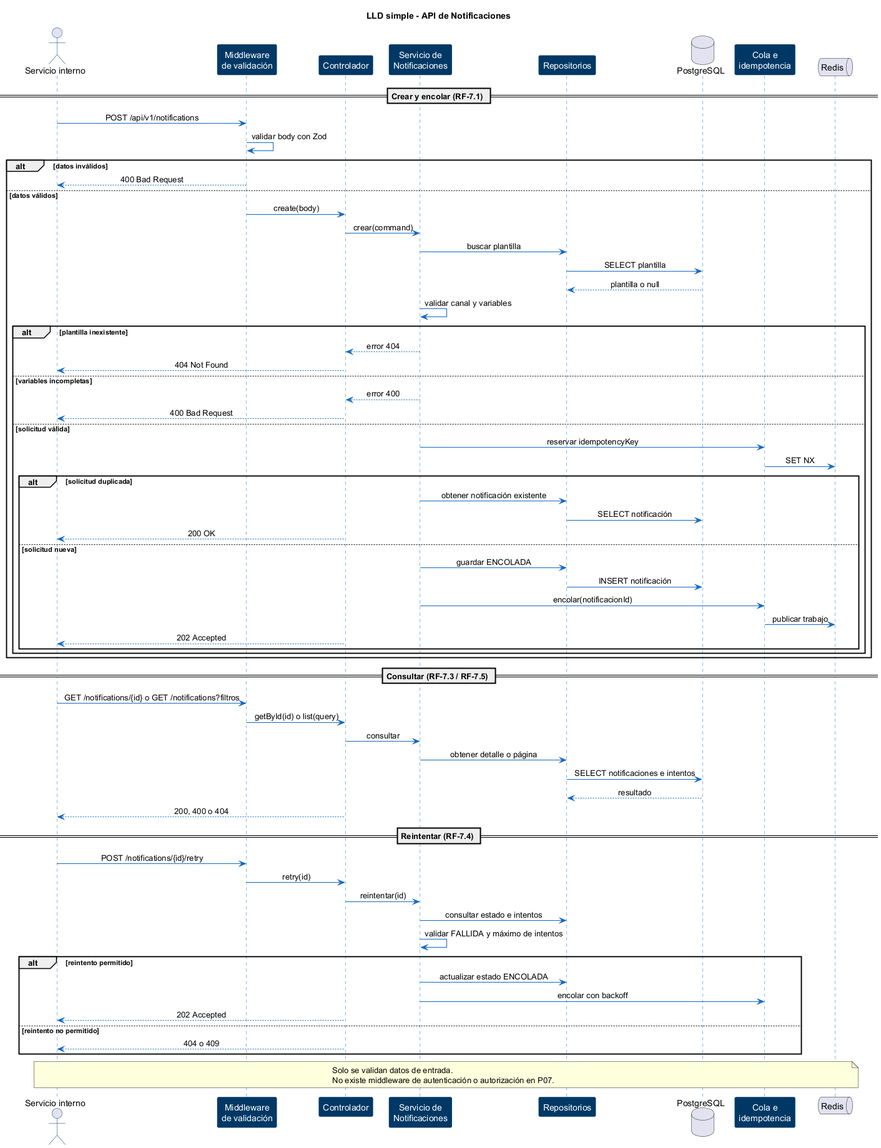
Frosmin/tigoBootcamp keeps this PlantUML diagram as notificaciones-architecture/diagrams/LLD/notificaciones/notificaciones-06-lld-notificaciones.png. Above is the earlier version. The source it was exported from:
```plantuml
@startuml notificaciones-06-lld-notificaciones
skinparam backgroundColor #FFFFFF
skinparam shadowing false
skinparam sequenceMessageAlign center
skinparam sequence {
    ArrowColor #1168BD
    LifeLineBorderColor #1168BD
    ParticipantBorderColor #003865
    ParticipantBackgroundColor #003865
    ParticipantFontColor #FFFFFF
    ActorBorderColor #003865
}

title LLD simple - API de Notificaciones

actor "Servicio interno" as emisor
participant "Middleware\nde validación" as validation
participant "Controlador" as controller
participant "Servicio de\nNotificaciones" as service
participant "Repositorios" as repositories
database "PostgreSQL" as db
participant "Cola e\nidempotencia" as queueAdapter
queue "Redis" as redis

== Crear y encolar (RF-7.1) ==
emisor -> validation : POST /api/v1/notifications
validation -> validation : validar body con Zod
alt datos inválidos
    validation --> emisor : 400 Bad Request
else datos válidos
    validation -> controller : create(body)
    controller -> service : crear(command)
    service -> repositories : buscar plantilla
    repositories -> db : SELECT plantilla
    db --> repositories : plantilla o null
    service -> service : validar canal y variables
    alt plantilla inexistente
        service --> controller : error 404
        controller --> emisor : 404 Not Found
    else variables incompletas
        service --> controller : error 400
        controller --> emisor : 400 Bad Request
    else solicitud válida
        service -> queueAdapter : reservar idempotencyKey
        queueAdapter -> redis : SET NX
        alt solicitud duplicada
            service -> repositories : obtener notificación existente
            repositories -> db : SELECT notificación
            controller --> emisor : 200 OK
        else solicitud nueva
            service -> repositories : guardar ENCOLADA
            repositories -> db : INSERT notificación
            service -> queueAdapter : encolar(notificacionId)
            queueAdapter -> redis : publicar trabajo
            controller --> emisor : 202 Accepted
        end
    end
end

== Consultar (RF-7.3 / RF-7.5) ==
emisor -> validation : GET /notifications/{id} o GET /notifications?filtros
validation -> controller : getById(id) o list(query)
controller -> service : consultar
service -> repositories : obtener detalle o página
repositories -> db : SELECT notificaciones e intentos
db --> repositories : resultado
controller --> emisor : 200, 400 o 404

== Reintentar (RF-7.4) ==
emisor -> validation : POST /notifications/{id}/retry
validation -> controller : retry(id)
controller -> service : reintentar(id)
service -> repositories : consultar estado e intentos
service -> service : validar FALLIDA y máximo de intentos
alt reintento permitido
    service -> repositories : actualizar estado ENCOLADA
    service -> queueAdapter : encolar con backoff
    controller --> emisor : 202 Accepted
else reintento no permitido
    controller --> emisor : 404 o 409
end

note over emisor, redis
  Solo se validan datos de entrada.
  No existe middleware de autenticación o autorización en P07.
end note

@enduml
```
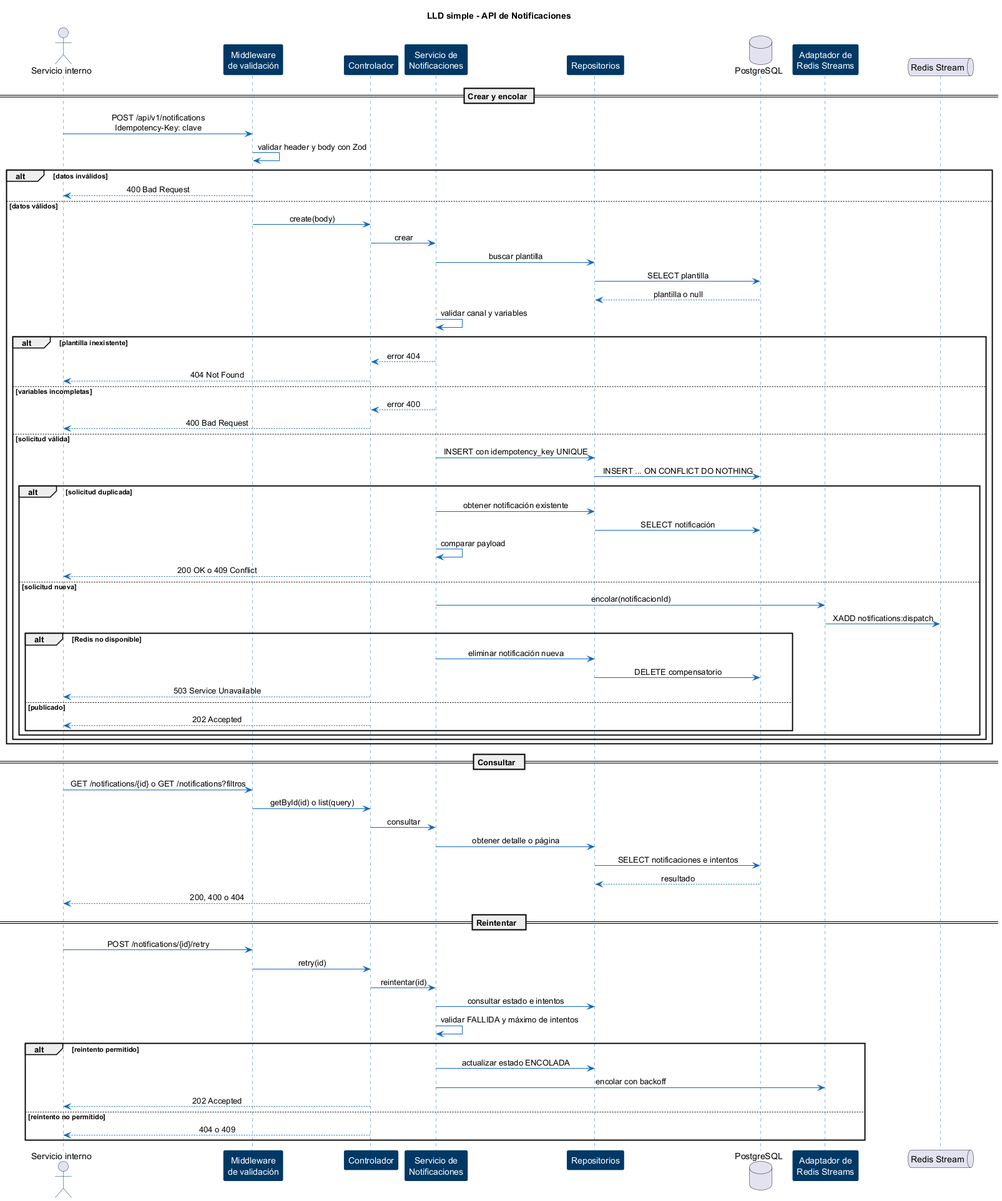
After the change.

Change to the diagram source:
```diff
@@ -19,17 +19,17 @@
 participant "Servicio de\nNotificaciones" as service
 participant "Repositorios" as repositories
 database "PostgreSQL" as db
-participant "Cola e\nidempotencia" as queueAdapter
-queue "Redis" as redis
+participant "Adaptador de\nRedis Streams" as queueAdapter
+queue "Redis Stream" as redis
 
-== Crear y encolar (RF-7.1) ==
-emisor -> validation : POST /api/v1/notifications
-validation -> validation : validar body con Zod
+== Crear y encolar ==
+emisor -> validation : POST /api/v1/notifications\nIdempotency-Key: clave
+validation -> validation : validar header y body con Zod
 alt datos inválidos
     validation --> emisor : 400 Bad Request
 else datos válidos
     validation -> controller : create(body)
-    controller -> service : crear(command)
+    controller -> service : crear
     service -> repositories : buscar plantilla
     repositories -> db : SELECT plantilla
     db --> repositories : plantilla o null
@@ -41,23 +41,28 @@
         service --> controller : error 400
         controller --> emisor : 400 Bad Request
     else solicitud válida
-        service -> queueAdapter : reservar idempotencyKey
-        queueAdapter -> redis : SET NX
+        service -> repositories : INSERT con idempotency_key UNIQUE
+        repositories -> db : INSERT ... ON CONFLICT DO NOTHING
         alt solicitud duplicada
             service -> repositories : obtener notificación existente
             repositories -> db : SELECT notificación
-            controller --> emisor : 200 OK
+            service -> service : comparar payload
+            controller --> emisor : 200 OK o 409 Conflict
         else solicitud nueva
-            service -> repositories : guardar ENCOLADA
-            repositories -> db : INSERT notificación
             service -> queueAdapter : encolar(notificacionId)
-            queueAdapter -> redis : publicar trabajo
-            controller --> emisor : 202 Accepted
+            queueAdapter -> redis : XADD notifications:dispatch
+            alt Redis no disponible
+                service -> repositories : eliminar notificación nueva
+                repositories -> db : DELETE compensatorio
+                controller --> emisor : 503 Service Unavailable
+            else publicado
+                controller --> emisor : 202 Accepted
+            end
         end
     end
 end
 
-== Consultar (RF-7.3 / RF-7.5) ==
+== Consultar  ==
 emisor -> validation : GET /notifications/{id} o GET /notifications?filtros
 validation -> controller : getById(id) o list(query)
 controller -> service : consultar
@@ -66,7 +71,7 @@
 db --> repositories : resultado
 controller --> emisor : 200, 400 o 404
 
-== Reintentar (RF-7.4) ==
+== Reintentar  ==
 emisor -> validation : POST /notifications/{id}/retry
 validation -> controller : retry(id)
 controller -> service : reintentar(id)
@@ -80,9 +85,5 @@
     controller --> emisor : 404 o 409
 end
 
-note over emisor, redis
-  Solo se validan datos de entrada.
-  No existe middleware de autenticación o autorización en P07.
-end note
 
 @enduml
```
